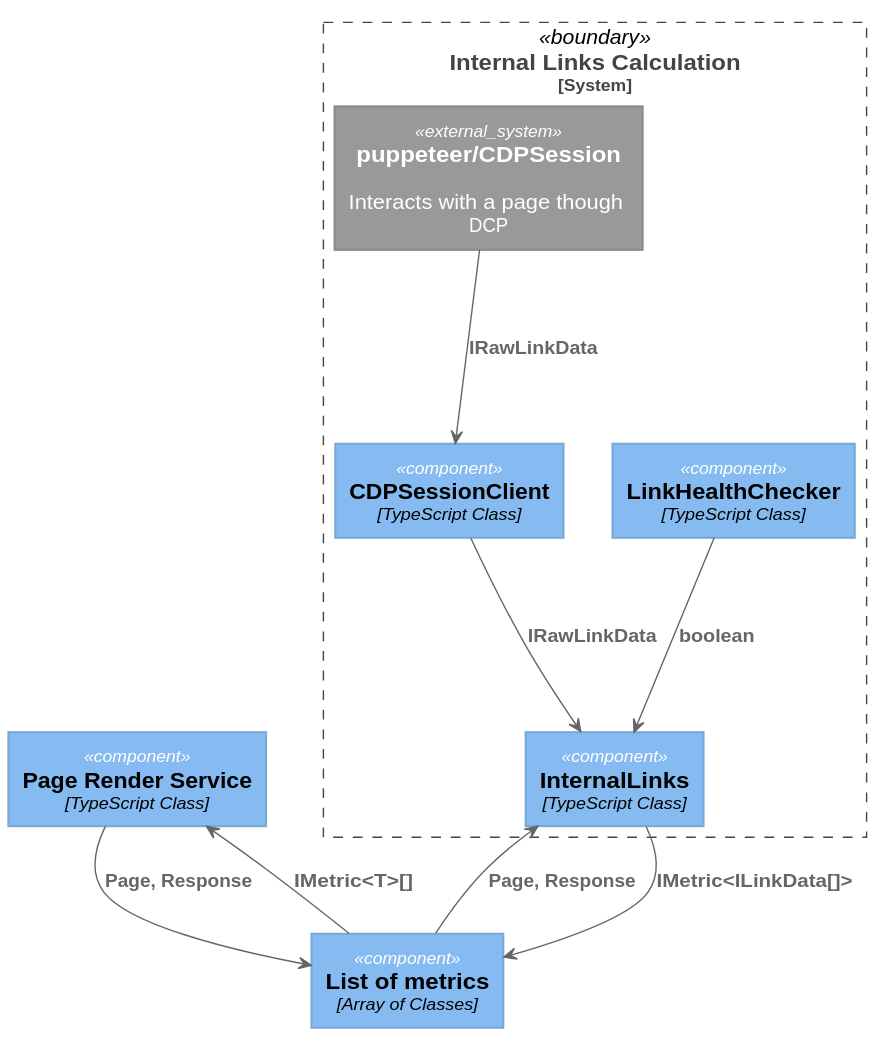
Earlier version of the PlantUML export designs/out/designs/metrics/internal-links.svg (ali-habibzadeh/top10-seo-list-for-developers).
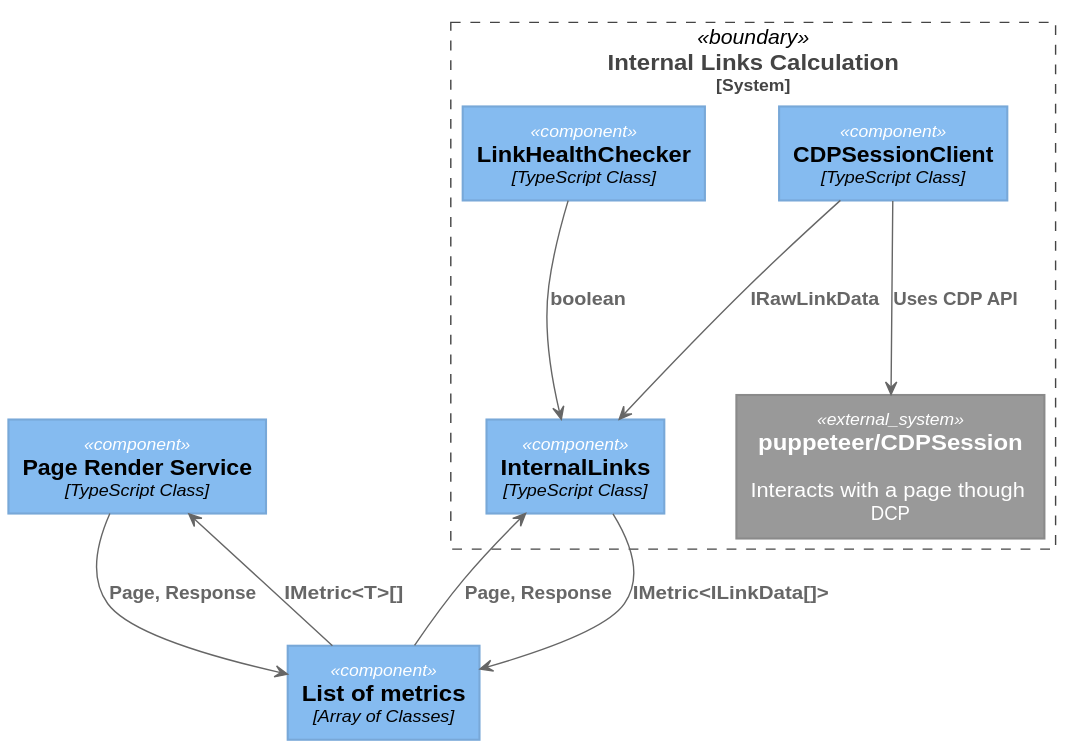
The same file after the commit.

What changed in the source:
```diff
@@ -460,7 +460,7 @@
     InternalLinks --> metricsList : "===IMetric<ILinkData[]>"
     metricsList --> InternalLinks : "===Page, Response"
     CDPSessionClient --> InternalLinks : "===IRawLinkData"
-    puppeteer --> CDPSessionClient : "===IRawLinkData"
+    CDPSessionClient --> puppeteer : "===Uses CDP API"
     LinkHealthChecker --> InternalLinks : "===boolean"
 }
 
```
